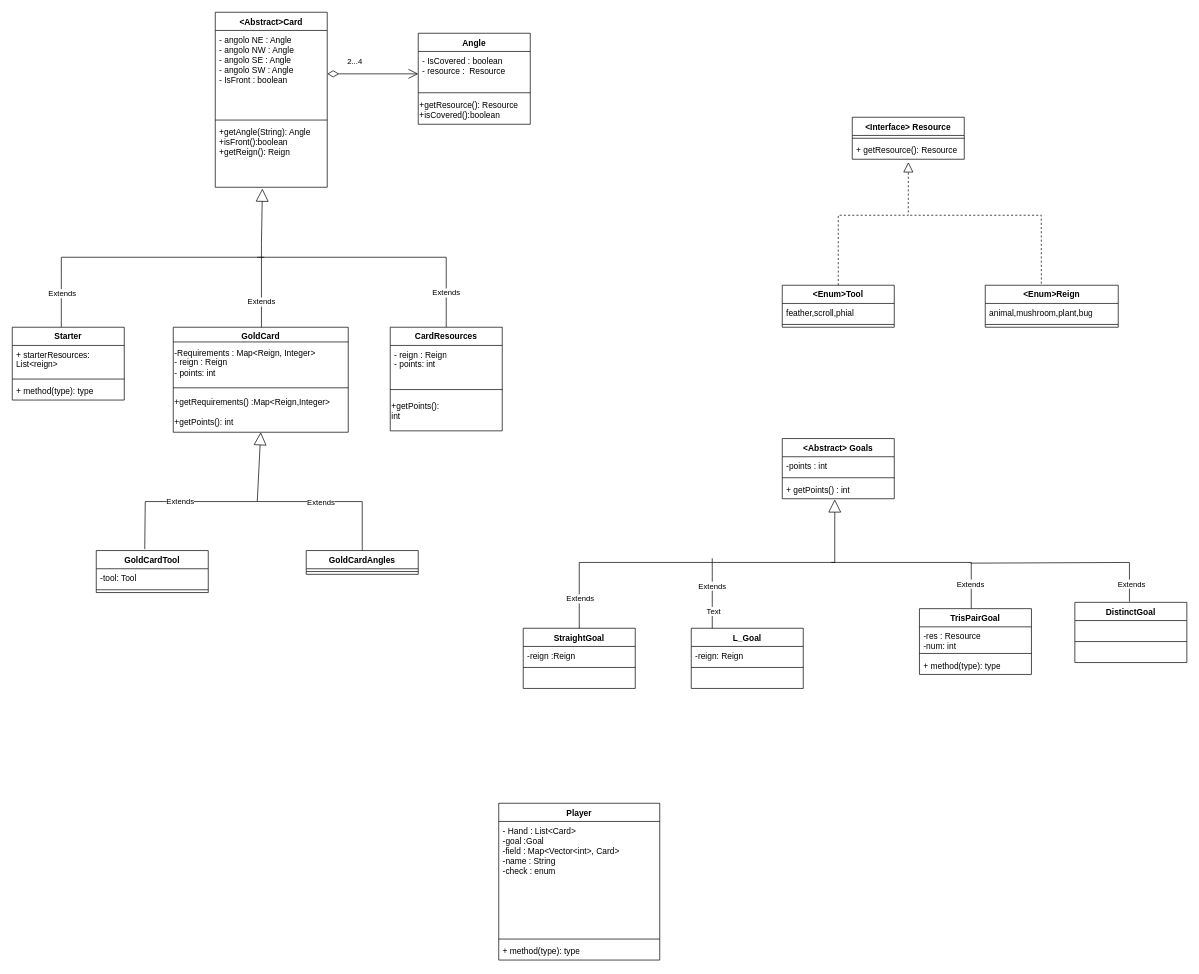
Before: Diagramma senza titolo.drawio in MaximilianMangosi/ing-sw-2024-Mangosi-Laguardia-Lapi-Mattina, a draw.io diagram. Source tidied: cells renumbered, new cells numbered last; positions are measured from the earlier drawing's top-left corner, leaving out a move shared by most shapes. Both pictures are drawn from the tidied source at 70%, with x=0, y=0 at pixel (12, 12).
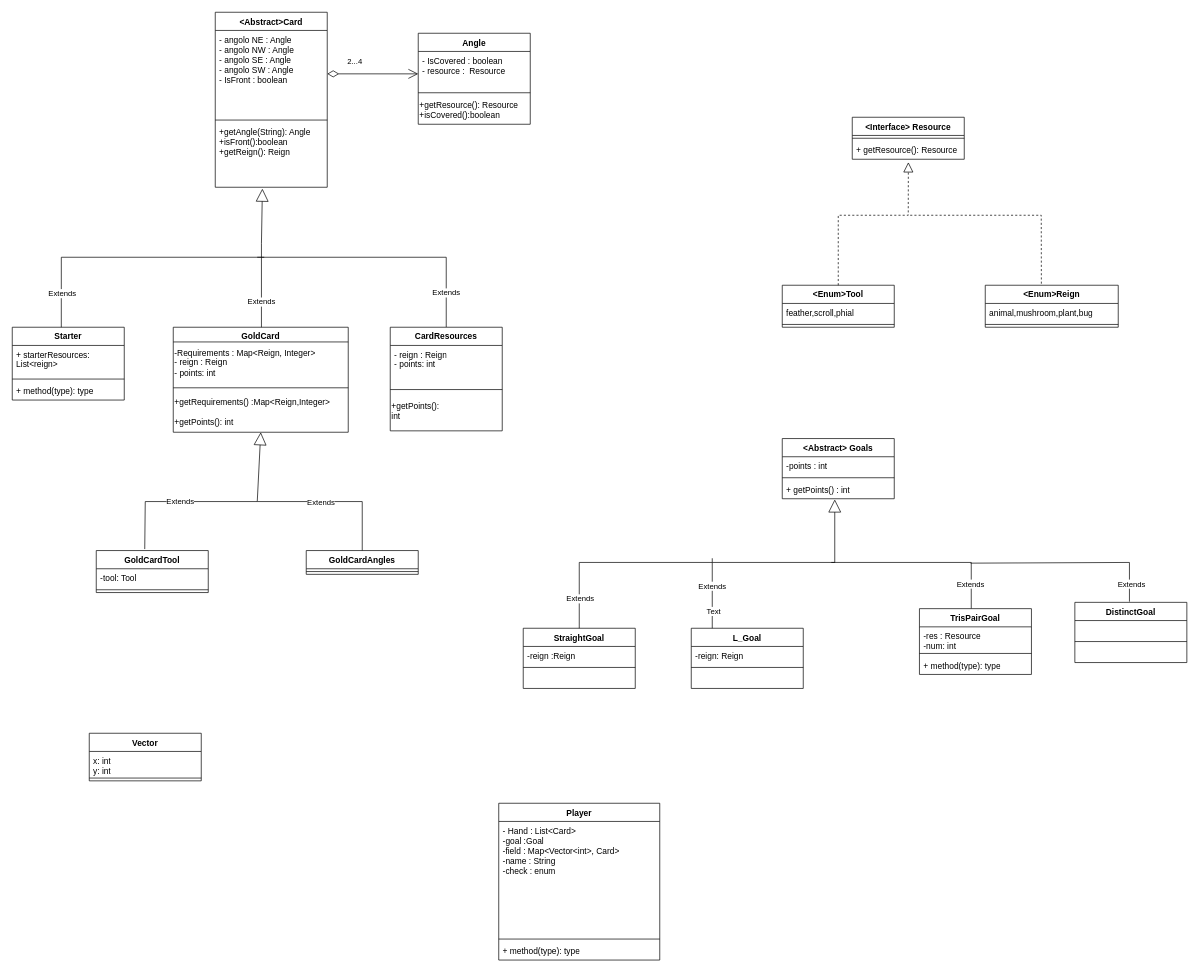
The same page after the edit.

Change to the diagram source:
```diff
@@
+    <mxCell id="79" value="Vector" style="swimlane;fontStyle=1;align=center;verticalAlign=top;horizontal=1;startSize=26;whiteSpace=wrap;html=1;" parent="1" vertex="1">
+      <mxGeometry x="110" y="1030" width="160" height="68" as="geometry" />
+    </mxCell>
+    <mxCell id="80" value="x: int&lt;div&gt;y: int&lt;/div&gt;" style="text;strokeColor=none;fillColor=none;align=left;verticalAlign=top;spacingLeft=4;spacingRight=4;overflow=hidden;whiteSpace=wrap;html=1;" parent="79" vertex="1">
+      <mxGeometry y="26" width="160" height="34" as="geometry" />
+    </mxCell>
+    <mxCell id="81" style="line;strokeWidth=1;fillColor=none;align=left;verticalAlign=middle;spacingTop=-1;spacingLeft=3;spacingRight=3;labelPosition=right;strokeColor=inherit;" parent="79" vertex="1">
+      <mxGeometry y="60" width="160" height="8" as="geometry" />
+    </mxCell>
```
